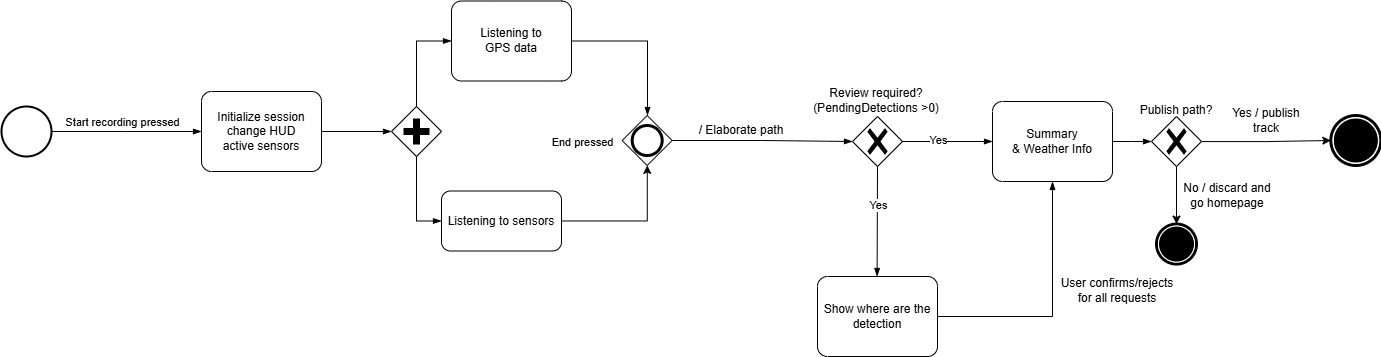
Above: RASD/LaTeXCode/images/StateDiagrams/AutomaticRecording.drawio.png in jacopobellosi/Bellosi-Montanelli-Tempobono (draw.io), before the change. Source tidied: cells renumbered, new cells last; positions are measured from the earlier drawing's top-left corner, leaving out a move shared by most shapes.
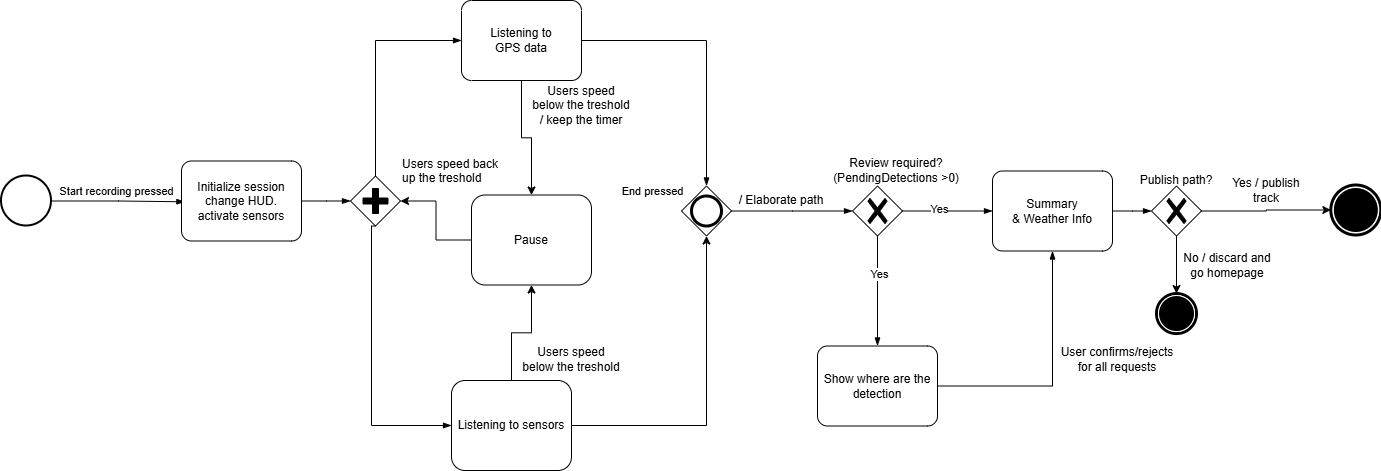
Later version of the same file.

What changed in the source:
```diff
@@ -5,55 +5,56 @@
     <mxCell id="2" style="strokeWidth=2;html=1;shape=mxgraph.flowchart.start_2;whiteSpace=wrap;" parent="1" vertex="1">
       <mxGeometry y="106" width="50" height="50" as="geometry" />
     </mxCell>
-    <mxCell id="3" style="edgeStyle=elbowEdgeStyle;fontSize=12;html=1;endArrow=blockThin;endFill=1;rounded=0;exitX=1;exitY=0.5;exitDx=0;exitDy=0;exitPerimeter=0;" parent="1" edge="1" source="2">
-      <mxGeometry relative="1" as="geometry">
-        <mxPoint x="200" y="131" as="targetPoint" />
-      </mxGeometry>
+    <mxCell id="3" style="edgeStyle=elbowEdgeStyle;fontSize=12;html=1;endArrow=blockThin;endFill=1;rounded=0;exitX=1;exitY=0.5;exitDx=0;exitDy=0;exitPerimeter=0;entryX=0.028;entryY=0.51;entryDx=0;entryDy=0;entryPerimeter=0;" parent="1" edge="1" source="2" target="5">
+      <mxGeometry relative="1" as="geometry" />
     </mxCell>
     <mxCell id="4" value="Start recording pressed" style="edgeLabel;html=1;align=center;verticalAlign=middle;" parent="3" vertex="1">
       <mxGeometry x="-0.15" y="1" relative="1" as="geometry">
         <mxPoint x="7" y="-9" as="offset" />
       </mxGeometry>
     </mxCell>
-    <mxCell id="5" value="Initialize session&lt;div&gt;change HUD&lt;/div&gt;&lt;div&gt;active sensors&lt;/div&gt;" style="points=[[0.25,0,0],[0.5,0,0],[0.75,0,0],[1,0.25,0],[1,0.5,0],[1,0.75,0],[0.75,1,0],[0.5,1,0],[0.25,1,0],[0,0.75,0],[0,0.5,0],[0,0.25,0]];shape=mxgraph.bpmn.task2;whiteSpace=wrap;rectStyle=rounded;size=10;html=1;taskMarker=abstract;" parent="1" vertex="1">
-      <mxGeometry x="200" y="91" width="120" height="80" as="geometry" />
+    <mxCell id="5" value="Initialize session&lt;div&gt;change HUD.&lt;/div&gt;&lt;div&gt;activate sensors&lt;/div&gt;" style="points=[[0.25,0,0],[0.5,0,0],[0.75,0,0],[1,0.25,0],[1,0.5,0],[1,0.75,0],[0.75,1,0],[0.5,1,0],[0.25,1,0],[0,0.75,0],[0,0.5,0],[0,0.25,0]];shape=mxgraph.bpmn.task2;whiteSpace=wrap;rectStyle=rounded;size=10;html=1;taskMarker=abstract;" parent="1" vertex="1">
+      <mxGeometry x="180" y="91" width="120" height="80" as="geometry" />
     </mxCell>
     <mxCell id="6" style="edgeStyle=elbowEdgeStyle;fontSize=12;html=1;endArrow=blockThin;endFill=1;rounded=0;exitX=1;exitY=0.5;exitDx=0;exitDy=0;exitPerimeter=0;entryX=0;entryY=0.5;entryDx=0;entryDy=0;entryPerimeter=0;" parent="1" edge="1" source="5" target="7">
       <mxGeometry relative="1" as="geometry" />
     </mxCell>
     <mxCell id="7" style="points=[[0.25,0.25,0],[0.5,0,0],[0.75,0.25,0],[1,0.5,0],[0.75,0.75,0],[0.5,1,0],[0.25,0.75,0],[0,0.5,0]];shape=mxgraph.bpmn.gateway2;html=1;verticalLabelPosition=bottom;labelBackgroundColor=#ffffff;verticalAlign=top;align=center;perimeter=rhombusPerimeter;outlineConnect=0;outline=none;symbol=none;gwType=parallel;" parent="1" vertex="1">
-      <mxGeometry x="390" y="106" width="50" height="50" as="geometry" />
+      <mxGeometry x="349" y="106" width="50" height="50" as="geometry" />
     </mxCell>
+    <mxCell id="37" style="edgeStyle=orthogonalEdgeStyle;rounded=0;jettySize=auto;html=1;entryX=0.5;entryY=0;entryDx=0;entryDy=0;" parent="1" edge="1" source="8" target="39">
+      <mxGeometry relative="1" as="geometry" />
+    </mxCell>
     <mxCell id="8" value="Listening to &lt;br&gt;GPS data" style="points=[[0.25,0,0],[0.5,0,0],[0.75,0,0],[1,0.25,0],[1,0.5,0],[1,0.75,0],[0.75,1,0],[0.5,1,0],[0.25,1,0],[0,0.75,0],[0,0.5,0],[0,0.25,0]];shape=mxgraph.bpmn.task2;whiteSpace=wrap;rectStyle=rounded;size=10;html=1;taskMarker=abstract;" parent="1" vertex="1">
-      <mxGeometry x="450" y="0.5" width="120" height="80" as="geometry" />
+      <mxGeometry x="460" y="-69.5" width="120" height="80" as="geometry" />
     </mxCell>
     <mxCell id="9" style="edgeStyle=elbowEdgeStyle;fontSize=12;html=1;endArrow=blockThin;endFill=1;rounded=0;exitX=0.5;exitY=0;exitDx=0;exitDy=0;exitPerimeter=0;entryX=0;entryY=0.5;entryDx=0;entryDy=0;entryPerimeter=0;" parent="1" edge="1" source="7" target="8">
       <mxGeometry relative="1" as="geometry">
         <Array as="points">
-          <mxPoint x="415" y="66" />
+          <mxPoint x="374" y="40.5" />
         </Array>
       </mxGeometry>
     </mxCell>
     <mxCell id="10" style="points=[[0.25,0.25,0],[0.5,0,0],[0.75,0.25,0],[1,0.5,0],[0.75,0.75,0],[0.5,1,0],[0.25,0.75,0],[0,0.5,0]];shape=mxgraph.bpmn.gateway2;html=1;verticalLabelPosition=bottom;labelBackgroundColor=#ffffff;verticalAlign=top;align=center;perimeter=rhombusPerimeter;outlineConnect=0;outline=end;symbol=general;" parent="1" vertex="1">
-      <mxGeometry x="620.7" y="115" width="50" height="50" as="geometry" />
+      <mxGeometry x="680" y="116" width="50" height="50" as="geometry" />
     </mxCell>
     <mxCell id="11" style="edgeStyle=elbowEdgeStyle;fontSize=12;html=1;endArrow=blockThin;endFill=1;rounded=0;exitX=0.5;exitY=1;exitDx=0;exitDy=0;exitPerimeter=0;entryX=0;entryY=0.5;entryDx=0;entryDy=0;entryPerimeter=0;" parent="1" edge="1" source="7" target="36">
       <mxGeometry relative="1" as="geometry">
         <Array as="points">
-          <mxPoint x="415" y="236" />
+          <mxPoint x="370" y="250.5" />
         </Array>
       </mxGeometry>
     </mxCell>
     <mxCell id="12" style="edgeStyle=elbowEdgeStyle;fontSize=12;html=1;endArrow=blockThin;endFill=1;rounded=0;exitX=1;exitY=0.5;exitDx=0;exitDy=0;exitPerimeter=0;entryX=0.5;entryY=0;entryDx=0;entryDy=0;entryPerimeter=0;" parent="1" edge="1" source="8" target="10">
       <mxGeometry relative="1" as="geometry">
         <Array as="points">
-          <mxPoint x="646" y="70.5" />
+          <mxPoint x="705" y="50.5" />
         </Array>
       </mxGeometry>
     </mxCell>
     <mxCell id="13" value="End pressed" style="edgeLabel;html=1;align=center;verticalAlign=middle;" parent="12" vertex="1">
       <mxGeometry x="-0.23" y="2" relative="1" as="geometry">
-        <mxPoint x="-48" y="103" as="offset" />
+        <mxPoint x="-34" y="152" as="offset" />
       </mxGeometry>
     </mxCell>
     <mxCell id="14" style="edgeStyle=elbowEdgeStyle;fontSize=12;html=1;endArrow=blockThin;endFill=1;rounded=0;exitX=1;exitY=0.5;exitDx=0;exitDy=0;exitPerimeter=0;entryX=0;entryY=0.5;entryDx=0;entryDy=0;entryPerimeter=0;" parent="1" edge="1" source="10" target="15">
@@ -63,7 +64,7 @@
       <mxGeometry x="851" y="116" width="50" height="50" as="geometry" />
     </mxCell>
     <mxCell id="16" value="Review required?&lt;div&gt;(PendingDetections &amp;gt;0)&lt;/div&gt;" style="text;html=1;whiteSpace=wrap;strokeColor=none;fillColor=none;align=center;verticalAlign=middle;rounded=0;" parent="1" vertex="1">
-      <mxGeometry x="810" y="85" width="130" height="30" as="geometry" />
+      <mxGeometry x="830" y="85" width="130" height="30" as="geometry" />
     </mxCell>
     <mxCell id="17" value="Summary&lt;div&gt;&amp;amp; Weather Info&lt;/div&gt;" style="points=[[0.25,0,0],[0.5,0,0],[0.75,0,0],[1,0.25,0],[1,0.5,0],[1,0.75,0],[0.75,1,0],[0.5,1,0],[0.25,1,0],[0,0.75,0],[0,0.5,0],[0,0.25,0]];shape=mxgraph.bpmn.task2;whiteSpace=wrap;rectStyle=rounded;size=10;html=1;taskMarker=abstract;" parent="1" vertex="1">
       <mxGeometry x="991" y="101" width="120" height="80" as="geometry" />
@@ -102,7 +103,7 @@
       <mxGeometry x="1051" y="274.6" width="130" height="30" as="geometry" />
     </mxCell>
     <mxCell id="27" value="/ Elaborate path" style="text;html=1;whiteSpace=wrap;strokeColor=none;fillColor=none;align=center;verticalAlign=middle;rounded=0;" parent="1" vertex="1">
-      <mxGeometry x="680" y="115" width="120" height="30" as="geometry" />
+      <mxGeometry x="720" y="115" width="120" height="30" as="geometry" />
     </mxCell>
     <mxCell id="28" style="edgeStyle=orthogonalEdgeStyle;rounded=0;jettySize=auto;html=1;" parent="1" edge="1" source="30" target="25">
       <mxGeometry relative="1" as="geometry" />
@@ -128,8 +129,26 @@
     <mxCell id="35" style="edgeStyle=orthogonalEdgeStyle;rounded=0;jettySize=auto;html=1;" parent="1" edge="1" source="36" target="10">
       <mxGeometry relative="1" as="geometry" />
     </mxCell>
+    <mxCell id="38" style="edgeStyle=orthogonalEdgeStyle;rounded=0;jettySize=auto;html=1;exitX=0.5;exitY=0;exitDx=0;exitDy=0;" parent="1" edge="1" source="36" target="39">
+      <mxGeometry relative="1" as="geometry" />
+    </mxCell>
     <mxCell id="36" value="Listening to sensors" style="rounded=1;whiteSpace=wrap;html=1;" parent="1" vertex="1">
-      <mxGeometry x="440" y="190.5" width="120" height="60" as="geometry" />
+      <mxGeometry x="450" y="310.5" width="120" height="90" as="geometry" />
     </mxCell>
+    <mxCell id="39" value="Pause" style="rounded=1;whiteSpace=wrap;html=1;" parent="1" vertex="1">
+      <mxGeometry x="470" y="125" width="120" height="90" as="geometry" />
+    </mxCell>
+    <mxCell id="40" style="edgeStyle=orthogonalEdgeStyle;rounded=0;jettySize=auto;html=1;entryX=1;entryY=0.5;entryDx=0;entryDy=0;entryPerimeter=0;" parent="1" edge="1" source="39" target="7">
+      <mxGeometry relative="1" as="geometry" />
+    </mxCell>
+    <mxCell id="41" value="Users speed below the treshold / keep the timer" style="text;html=1;whiteSpace=wrap;strokeColor=none;fillColor=none;align=center;verticalAlign=middle;rounded=0;" parent="1" vertex="1">
+      <mxGeometry x="530" y="20.5" width="100" height="30" as="geometry" />
+    </mxCell>
+    <mxCell id="42" value="Users speed below the treshold" style="text;html=1;whiteSpace=wrap;strokeColor=none;fillColor=none;align=center;verticalAlign=middle;rounded=0;" parent="1" vertex="1">
+      <mxGeometry x="520" y="274.6" width="100" height="30" as="geometry" />
+    </mxCell>
+    <mxCell id="43" value="&lt;span style=&quot;color: rgb(0, 0, 0); font-family: Helvetica; font-size: 12px; font-style: normal; font-variant-ligatures: normal; font-variant-caps: normal; font-weight: 400; letter-spacing: normal; orphans: 2; text-align: center; text-indent: 0px; text-transform: none; widows: 2; word-spacing: 0px; -webkit-text-stroke-width: 0px; white-space: normal; text-decoration-thickness: initial; text-decoration-style: initial; text-decoration-color: initial; float: none; display: inline !important;&quot;&gt;Users speed back up the treshold&lt;/span&gt;" style="text;whiteSpace=wrap;html=1;" parent="1" vertex="1">
+      <mxGeometry x="399" y="80" width="111" height="40" as="geometry" />
+    </mxCell>
   </root>
 </mxGraphModel>
```
